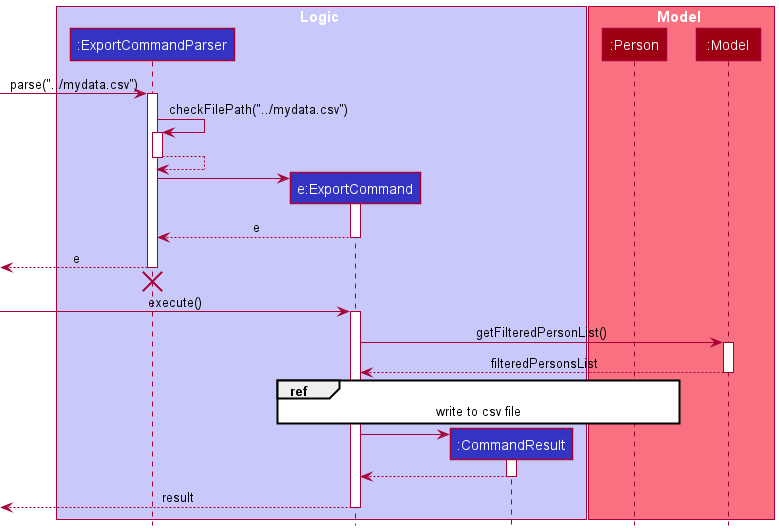
Above: docs/images/ExportSequenceDiagram.png in rcjj98/tp (PlantUML), before the change. Its diagram source:
```plantuml
@startuml
!include style.puml

box Logic LOGIC_COLOR_T1
participant ":ExportCommandParser" as ExportCommandParser LOGIC_COLOR
participant "e:ExportCommand" as ExportCommand LOGIC_COLOR
participant ":CommandResult" as CommandResult LOGIC_COLOR
end box

box Model MODEL_COLOR_T1
participant ":Person" as Person MODEL_COLOR
participant ":Model" as Model MODEL_COLOR
end box

[-> ExportCommandParser : parse("../mydata.csv")
activate ExportCommandParser


ExportCommandParser -> ExportCommandParser : checkFilePath("../mydata.csv")
activate ExportCommandParser

ExportCommandParser --> ExportCommandParser
deactivate ExportCommandParser

create ExportCommand
ExportCommandParser -> ExportCommand
activate ExportCommand

ExportCommand --> ExportCommandParser : e
deactivate ExportCommand

[<-- ExportCommandParser : e
deactivate ExportCommandParser

[<-[hidden]- ExportCommandParser
destroy ExportCommandParser

[-> ExportCommand : execute()
activate ExportCommand

ExportCommand -> Model : getFilteredPersonList()
activate Model
Model --> ExportCommand : filteredPersonsList
deactivate Model

ref over ExportCommand, Person
write to csv file
end ref

create CommandResult
ExportCommand -> CommandResult
activate CommandResult

CommandResult --> ExportCommand
deactivate CommandResult

[<-- ExportCommand : result
deactivate ExportCommand
@enduml
```
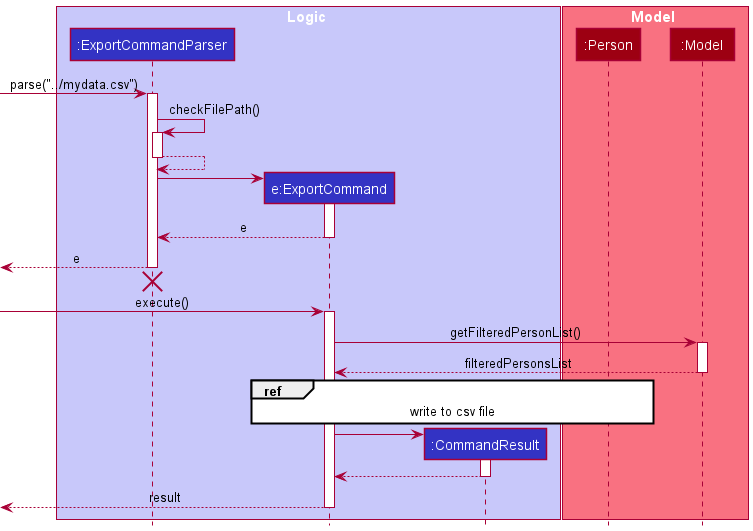
After the change.

The edit, as a diff of the source:
```diff
@@ -16,7 +16,7 @@
 activate ExportCommandParser
 
 
-ExportCommandParser -> ExportCommandParser : checkFilePath("../mydata.csv")
+ExportCommandParser -> ExportCommandParser : checkFilePath()
 activate ExportCommandParser
 
 ExportCommandParser --> ExportCommandParser
```
